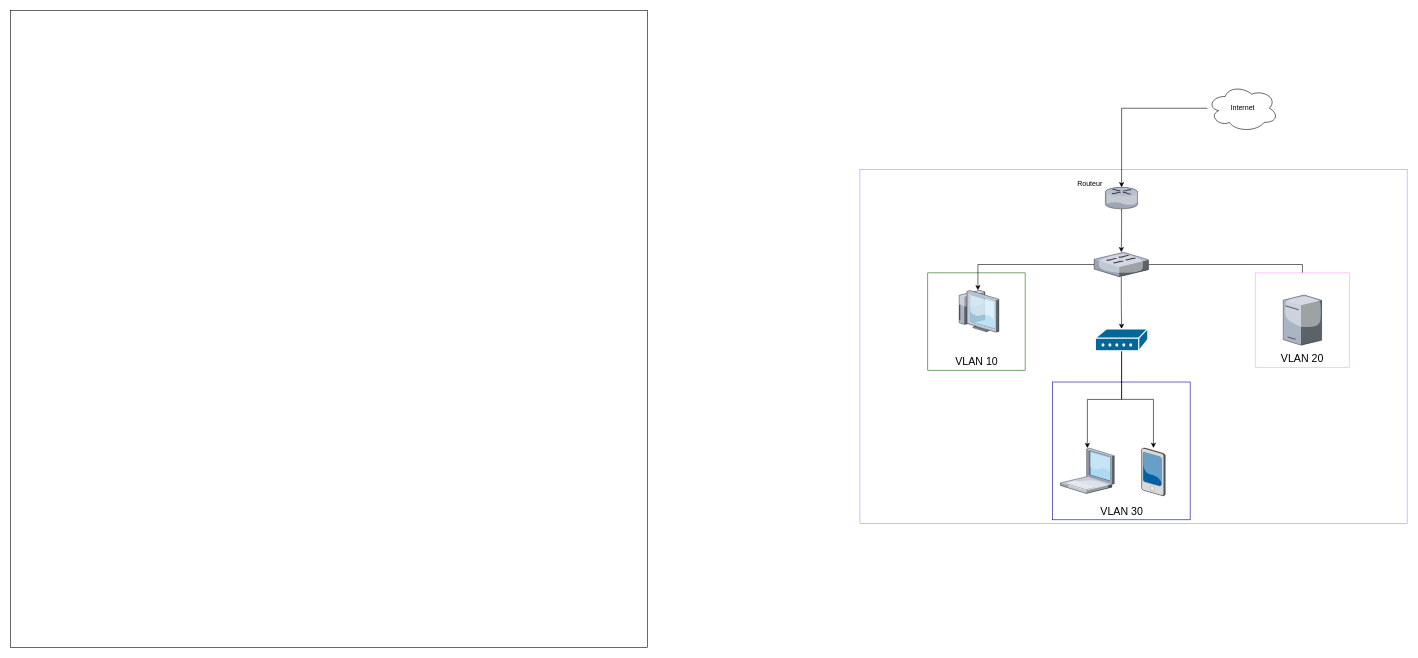
leeeooooooooo/Projet_Visualisation keeps this draw.io diagram as Schema_reseau.drawio. Above is the earlier version. Source tidied: cells renumbered, new cells numbered last; positions are measured from the earlier drawing's top-left corner, leaving out a move shared by most shapes. Both pictures are drawn from the tidied source at 59%, with x=0, y=0 at pixel (10, 10).
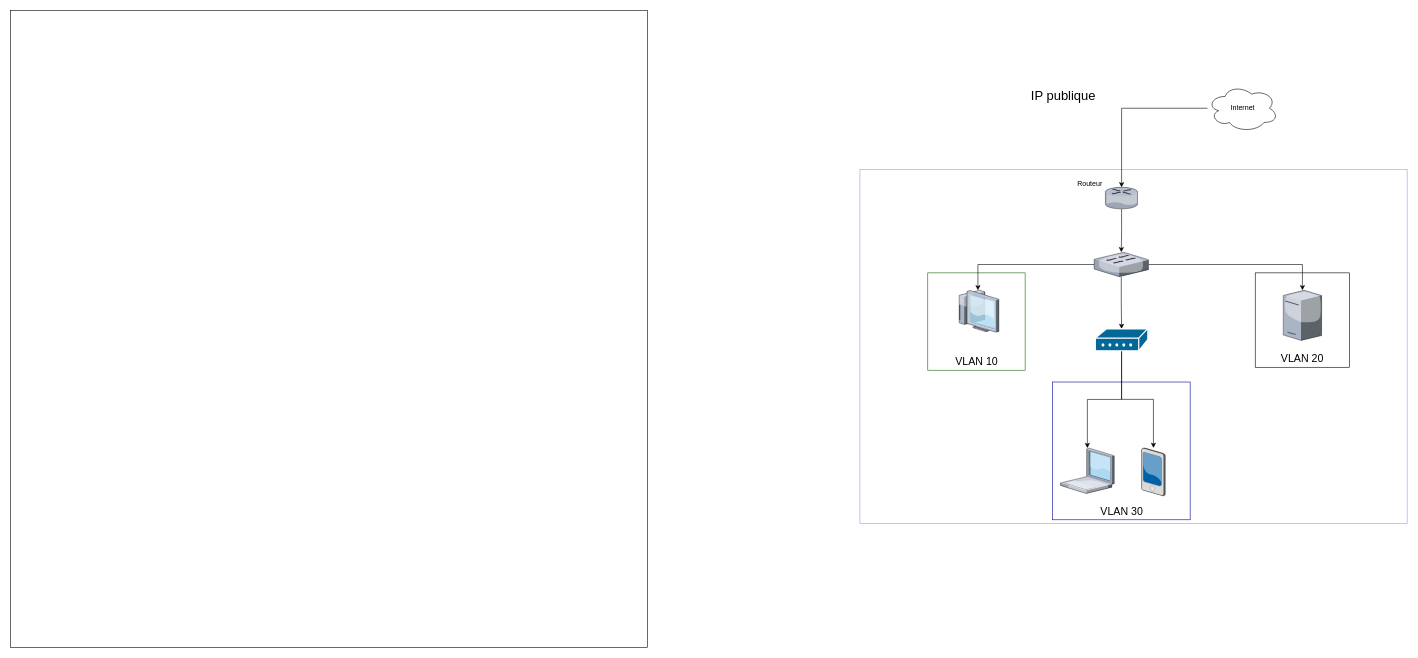
The same diagram, later.

Commit message:
Mettre à jour Schema_reseau.drawio

Diff of the diagram source:
```diff
@@
-    <mxCell id="15" style="whiteSpace=wrap;html=1;strokeColor=#FFA1FD;" parent="1" vertex="1">
+    <mxCell id="15" style="whiteSpace=wrap;html=1;fillColor=none;" parent="1" vertex="1">
       <mxGeometry x="2110" y="445" width="160" height="160" as="geometry" />
     </mxCell>
@@
     <mxCell id="19" style="verticalLabelPosition=bottom;sketch=0;html=1;verticalAlign=top;strokeColor=none;align=center;outlineConnect=0;shape=mxgraph.citrix.tower_server;" parent="1" vertex="1">
-      <mxGeometry x="2157.5" y="482.5" width="65" height="85" as="geometry" />
+      <mxGeometry x="2157.5" y="474.5" width="65" height="85" as="geometry" />
     </mxCell>
@@
+    <mxCell id="27" value="&lt;font style=&quot;font-size: 22px;&quot;&gt;IP publique&lt;/font&gt;" style="text;strokeColor=none;fillColor=none;html=1;align=center;verticalAlign=middle;whiteSpace=wrap;rounded=0;fontSize=16;" parent="1" vertex="1">
+      <mxGeometry x="1710" y="130" width="150" height="30" as="geometry" />
+    </mxCell>
```
